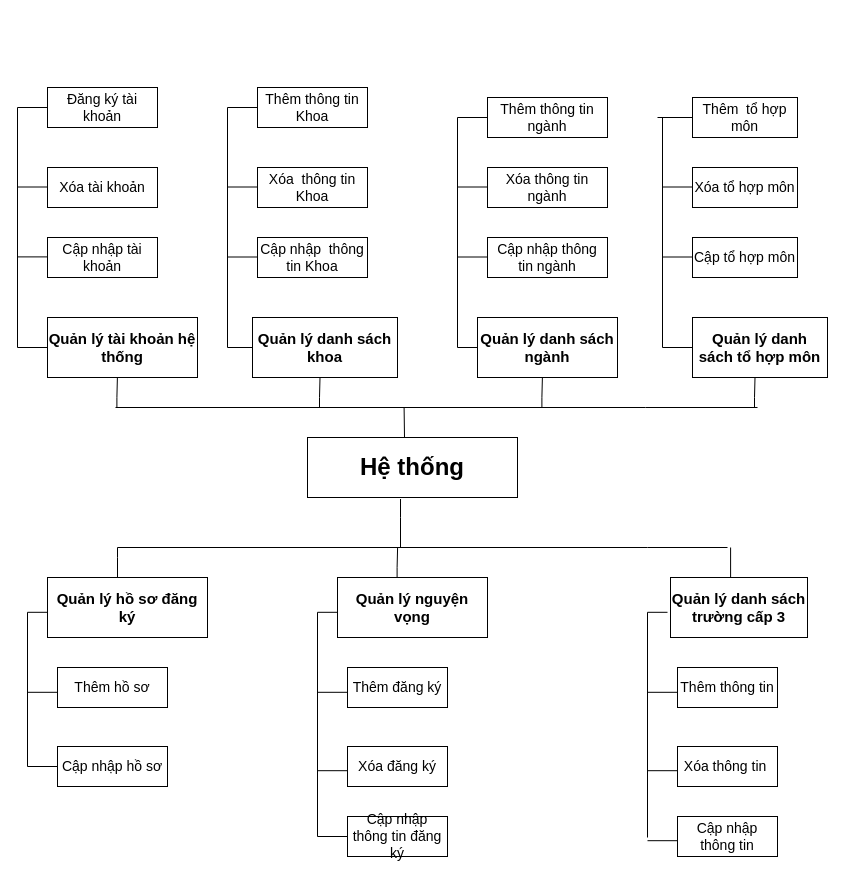
truongquangkhai99/TrinhVanTu_DATN keeps this draw.io diagram as page "Biểu đồ phân cấp chức năng" (3 of 4) of 1. Bao Cao/DATN.drawio. Above is the earlier version. Source tidied: cells renumbered, new cells numbered last; positions are measured from the earlier drawing's top-left corner, leaving out a move shared by most shapes. Both pictures are drawn from the tidied source at 100%, with x=0, y=0 at pixel (17, 87).
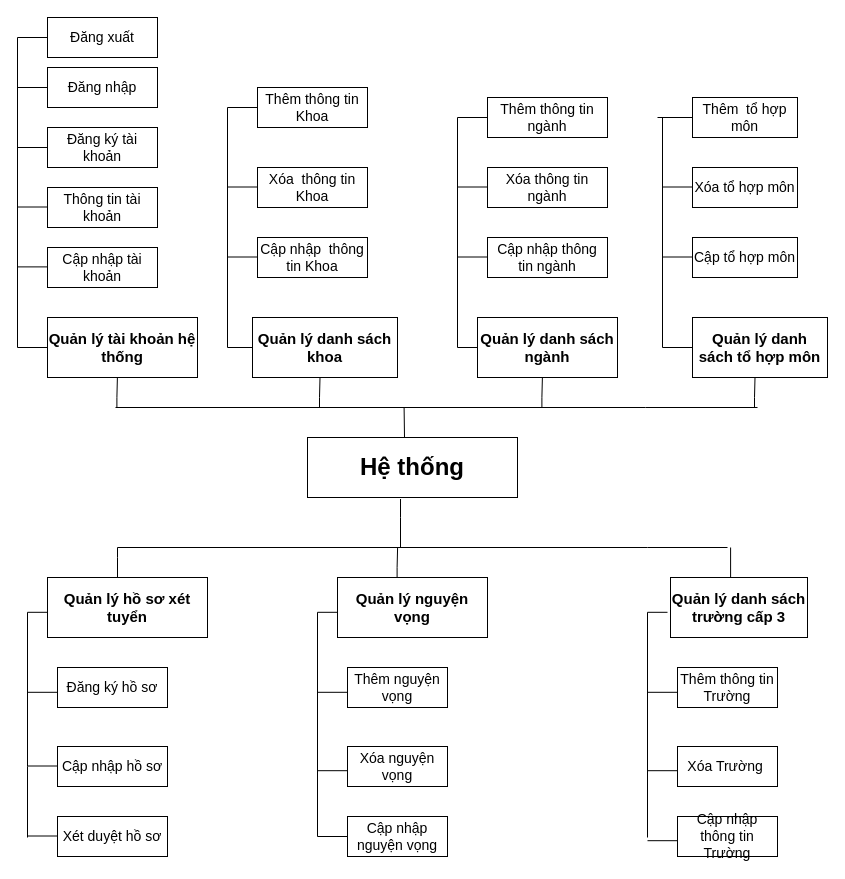
Above is the later version.

Unchanged cells that the change refers to:
```xml
<mxCell id="3" value="Quản lý tài khoản hệ thống" style="rounded=0;whiteSpace=wrap;html=1;fontSize=15;align=center;fontStyle=1;verticalAlign=middle;strokeColor=default;strokeWidth=1;" parent="1" vertex="1">
  <mxGeometry x="30" y="230" width="150" height="60" as="geometry" />
</mxCell>
<mxCell id="26" value="Cập nhập hồ sơ" style="rounded=0;whiteSpace=wrap;html=1;fontSize=14;align=center;fontStyle=0;verticalAlign=middle;strokeColor=default;strokeWidth=1;" parent="1" vertex="1">
  <mxGeometry x="40" y="659" width="110" height="40" as="geometry" />
</mxCell>
```

Change to the diagram source:
```diff
@@
-    <mxCell id="6" value="Quản lý hồ sơ đăng ký" style="rounded=0;whiteSpace=wrap;html=1;fontSize=15;align=center;fontStyle=1;verticalAlign=middle;strokeColor=default;strokeWidth=1;" parent="1" vertex="1">
+    <mxCell id="6" value="Quản lý hồ sơ xét tuyển" style="rounded=0;whiteSpace=wrap;html=1;fontSize=15;align=center;fontStyle=1;verticalAlign=middle;strokeColor=default;strokeWidth=1;" parent="1" vertex="1">
       <mxGeometry x="30" y="490" width="160" height="60" as="geometry" />
     </mxCell>
@@
     <mxCell id="16" value="Đăng ký tài khoản" style="rounded=0;whiteSpace=wrap;html=1;fontSize=14;align=center;fontStyle=0;verticalAlign=middle;strokeColor=default;strokeWidth=1;" parent="1" vertex="1">
-      <mxGeometry x="30" width="110" height="40" as="geometry" />
+      <mxGeometry x="30" y="40" width="110" height="40" as="geometry" />
     </mxCell>
     <mxCell id="17" value="Cập nhập tài khoản" style="rounded=0;whiteSpace=wrap;html=1;fontSize=14;align=center;fontStyle=0;verticalAlign=middle;strokeColor=default;strokeWidth=1;" parent="1" vertex="1">
-      <mxGeometry x="30" y="150" width="110" height="40" as="geometry" />
+      <mxGeometry x="30" y="160" width="110" height="40" as="geometry" />
     </mxCell>
-    <mxCell id="18" value="Xóa tài khoản" style="rounded=0;whiteSpace=wrap;html=1;fontSize=14;align=center;fontStyle=0;verticalAlign=middle;strokeColor=default;strokeWidth=1;" parent="1" vertex="1">
-      <mxGeometry x="30" y="80" width="110" height="40" as="geometry" />
+    <mxCell id="18" value="Thông tin tài khoản" style="rounded=0;whiteSpace=wrap;html=1;fontSize=14;align=center;fontStyle=0;verticalAlign=middle;strokeColor=default;strokeWidth=1;" parent="1" vertex="1">
+      <mxGeometry x="30" y="100" width="110" height="40" as="geometry" />
     </mxCell>
@@
-    <mxCell id="25" value="Thêm hồ sơ" style="rounded=0;whiteSpace=wrap;html=1;fontSize=14;align=center;fontStyle=0;verticalAlign=middle;strokeColor=default;strokeWidth=1;" parent="1" vertex="1">
+    <mxCell id="25" value="Đăng ký hồ sơ" style="rounded=0;whiteSpace=wrap;html=1;fontSize=14;align=center;fontStyle=0;verticalAlign=middle;strokeColor=default;strokeWidth=1;" parent="1" vertex="1">
       <mxGeometry x="40" y="580" width="110" height="40" as="geometry" />
     </mxCell>
@@
-    <mxCell id="27" value="Thêm đăng ký" style="rounded=0;whiteSpace=wrap;html=1;fontSize=14;align=center;fontStyle=0;verticalAlign=middle;strokeColor=default;strokeWidth=1;" parent="1" vertex="1">
+    <mxCell id="27" value="Thêm nguyện vọng" style="rounded=0;whiteSpace=wrap;html=1;fontSize=14;align=center;fontStyle=0;verticalAlign=middle;strokeColor=default;strokeWidth=1;" parent="1" vertex="1">
       <mxGeometry x="330" y="580" width="100" height="40" as="geometry" />
     </mxCell>
-    <mxCell id="28" value="Cập nhập thông tin đăng ký" style="rounded=0;whiteSpace=wrap;html=1;fontSize=14;align=center;fontStyle=0;verticalAlign=middle;strokeColor=default;strokeWidth=1;" parent="1" vertex="1">
+    <mxCell id="28" value="Cập nhập nguyện vọng" style="rounded=0;whiteSpace=wrap;html=1;fontSize=14;align=center;fontStyle=0;verticalAlign=middle;strokeColor=default;strokeWidth=1;" parent="1" vertex="1">
       <mxGeometry x="330" y="729" width="100" height="40" as="geometry" />
     </mxCell>
-    <mxCell id="29" value="Xóa đăng ký" style="rounded=0;whiteSpace=wrap;html=1;fontSize=14;align=center;fontStyle=0;verticalAlign=middle;strokeColor=default;strokeWidth=1;" parent="1" vertex="1">
+    <mxCell id="29" value="Xóa nguyện vọng" style="rounded=0;whiteSpace=wrap;html=1;fontSize=14;align=center;fontStyle=0;verticalAlign=middle;strokeColor=default;strokeWidth=1;" parent="1" vertex="1">
       <mxGeometry x="330" y="659" width="100" height="40" as="geometry" />
     </mxCell>
-    <mxCell id="30" value="Thêm thông tin" style="rounded=0;whiteSpace=wrap;html=1;fontSize=14;align=center;fontStyle=0;verticalAlign=middle;strokeColor=default;strokeWidth=1;" parent="1" vertex="1">
+    <mxCell id="30" value="Thêm thông tin Trường" style="rounded=0;whiteSpace=wrap;html=1;fontSize=14;align=center;fontStyle=0;verticalAlign=middle;strokeColor=default;strokeWidth=1;" parent="1" vertex="1">
       <mxGeometry x="660" y="580" width="100" height="40" as="geometry" />
     </mxCell>
-    <mxCell id="31" value="Cập nhập thông tin" style="rounded=0;whiteSpace=wrap;html=1;fontSize=14;align=center;fontStyle=0;verticalAlign=middle;strokeColor=default;strokeWidth=1;" parent="1" vertex="1">
+    <mxCell id="31" value="Cập nhập thông tin Trường" style="rounded=0;whiteSpace=wrap;html=1;fontSize=14;align=center;fontStyle=0;verticalAlign=middle;strokeColor=default;strokeWidth=1;" parent="1" vertex="1">
       <mxGeometry x="660" y="729" width="100" height="40" as="geometry" />
     </mxCell>
-    <mxCell id="32" value="Xóa thông tin&amp;nbsp;" style="rounded=0;whiteSpace=wrap;html=1;fontSize=14;align=center;fontStyle=0;verticalAlign=middle;strokeColor=default;strokeWidth=1;" parent="1" vertex="1">
+    <mxCell id="32" value="Xóa Trường&amp;nbsp;" style="rounded=0;whiteSpace=wrap;html=1;fontSize=14;align=center;fontStyle=0;verticalAlign=middle;strokeColor=default;strokeWidth=1;" parent="1" vertex="1">
       <mxGeometry x="660" y="659" width="100" height="40" as="geometry" />
     </mxCell>
     <mxCell id="33" style="endArrow=none;html=1;rounded=0;edgeStyle=orthogonalEdgeStyle;entryX=0;entryY=0.5;entryDx=0;entryDy=0;fontSize=14;align=center;fontStyle=0;verticalAlign=middle;strokeColor=default;strokeWidth=1;" parent="1" edge="1" target="3">
       <mxGeometry relative="1" as="geometry">
-        <mxPoint y="20" as="sourcePoint" />
+        <mxPoint x="30" y="-50" as="sourcePoint" />
         <Array as="points">
+          <mxPoint y="-50" />
           <mxPoint y="260" />
         </Array>
       </mxGeometry>
     </mxCell>
     <mxCell id="34" style="endArrow=none;html=1;rounded=0;exitX=0;exitY=0.5;exitDx=0;exitDy=0;fontSize=14;align=center;fontStyle=0;verticalAlign=middle;strokeColor=default;strokeWidth=1;" parent="1" edge="1" source="16">
       <mxGeometry relative="1" as="geometry">
-        <mxPoint y="20" as="targetPoint" />
+        <mxPoint y="60" as="targetPoint" />
       </mxGeometry>
     </mxCell>
     <mxCell id="35" style="endArrow=none;html=1;rounded=0;exitX=0;exitY=0.5;exitDx=0;exitDy=0;fontSize=14;align=center;fontStyle=0;verticalAlign=middle;strokeColor=default;strokeWidth=1;" parent="1" edge="1">
       <mxGeometry relative="1" as="geometry">
-        <mxPoint x="30" y="99.5" as="sourcePoint" />
-        <mxPoint y="99.5" as="targetPoint" />
+        <mxPoint x="30" y="119.5" as="sourcePoint" />
+        <mxPoint y="119.5" as="targetPoint" />
       </mxGeometry>
     </mxCell>
     <mxCell id="36" style="endArrow=none;html=1;rounded=0;exitX=0;exitY=0.5;exitDx=0;exitDy=0;fontSize=14;align=center;fontStyle=0;verticalAlign=middle;strokeColor=default;strokeWidth=1;" parent="1" edge="1">
       <mxGeometry relative="1" as="geometry">
-        <mxPoint x="30" y="169.4" as="sourcePoint" />
-        <mxPoint y="169.4" as="targetPoint" />
+        <mxPoint x="30" y="179.4" as="sourcePoint" />
+        <mxPoint y="179.4" as="targetPoint" />
       </mxGeometry>
     </mxCell>
@@
-    <mxCell id="45" style="endArrow=none;html=1;rounded=0;edgeStyle=orthogonalEdgeStyle;entryX=0;entryY=0.5;entryDx=0;entryDy=0;fontSize=14;align=center;fontStyle=0;verticalAlign=middle;strokeColor=default;strokeWidth=1;exitX=0;exitY=0.5;exitDx=0;exitDy=0;" parent="1" edge="1" source="26">
+    <mxCell id="45" style="endArrow=none;html=1;rounded=0;edgeStyle=orthogonalEdgeStyle;entryX=0;entryY=0.5;entryDx=0;entryDy=0;fontSize=14;align=center;fontStyle=0;verticalAlign=middle;strokeColor=default;strokeWidth=1;" parent="1" edge="1">
       <mxGeometry relative="1" as="geometry">
+        <mxPoint x="10" y="750" as="sourcePoint" />
         <mxPoint x="30" y="524.8" as="targetPoint" />
         <Array as="points">
           <mxPoint x="10" y="679" />
           <mxPoint x="10" y="525" />
         </Array>
       </mxGeometry>
     </mxCell>
@@
+    <mxCell id="66" value="Đăng nhập" style="rounded=0;whiteSpace=wrap;html=1;fontSize=14;align=center;fontStyle=0;verticalAlign=middle;strokeColor=default;strokeWidth=1;" parent="1" vertex="1">
+      <mxGeometry x="30" y="-20" width="110" height="40" as="geometry" />
+    </mxCell>
+    <mxCell id="67" style="endArrow=none;html=1;rounded=0;exitX=0;exitY=0.5;exitDx=0;exitDy=0;fontSize=14;align=center;fontStyle=0;verticalAlign=middle;strokeColor=default;strokeWidth=1;" parent="1" edge="1" source="66">
+      <mxGeometry relative="1" as="geometry">
+        <mxPoint as="targetPoint" />
+      </mxGeometry>
+    </mxCell>
+    <mxCell id="68" value="Đăng xuất" style="rounded=0;whiteSpace=wrap;html=1;fontSize=14;align=center;fontStyle=0;verticalAlign=middle;strokeColor=default;strokeWidth=1;" parent="1" vertex="1">
+      <mxGeometry x="30" y="-70" width="110" height="40" as="geometry" />
+    </mxCell>
+    <mxCell id="69" value="Xét duyệt hồ sơ" style="rounded=0;whiteSpace=wrap;html=1;fontSize=14;align=center;fontStyle=0;verticalAlign=middle;strokeColor=default;strokeWidth=1;" parent="1" vertex="1">
+      <mxGeometry x="40" y="729" width="110" height="40" as="geometry" />
+    </mxCell>
+    <mxCell id="70" style="endArrow=none;html=1;rounded=0;exitX=0;exitY=0.5;exitDx=0;exitDy=0;fontSize=14;align=center;fontStyle=0;verticalAlign=middle;strokeColor=default;strokeWidth=1;" parent="1" edge="1">
+      <mxGeometry relative="1" as="geometry">
+        <mxPoint x="40" y="678.5" as="sourcePoint" />
+        <mxPoint x="10" y="678.5" as="targetPoint" />
+      </mxGeometry>
+    </mxCell>
+    <mxCell id="71" style="endArrow=none;html=1;rounded=0;exitX=0;exitY=0.5;exitDx=0;exitDy=0;fontSize=14;align=center;fontStyle=0;verticalAlign=middle;strokeColor=default;strokeWidth=1;" parent="1" edge="1">
+      <mxGeometry relative="1" as="geometry">
+        <mxPoint x="40" y="748.5" as="sourcePoint" />
+        <mxPoint x="10" y="748.5" as="targetPoint" />
+      </mxGeometry>
+    </mxCell>
```
